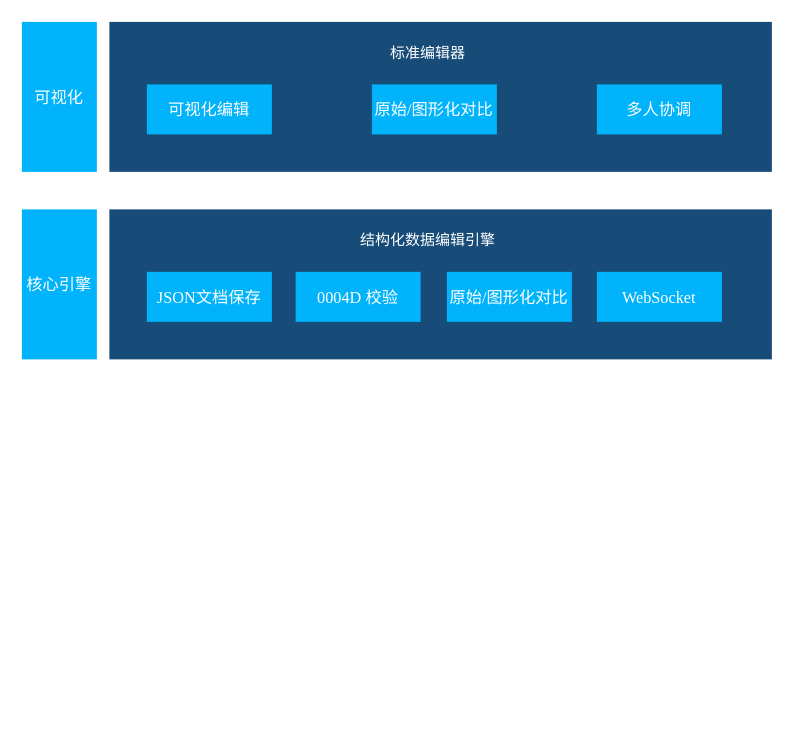
The draw.io diagram 标准化/编辑器技术架构图.drawio in DemonHan/KuickBuy, before the edit. Source tidied: cells renumbered, new cells numbered last; positions are measured from the earlier drawing's top-left corner, leaving out a move shared by most shapes. Both pictures are drawn from the tidied source at 125%, with x=0, y=0 at pixel (21, 21).
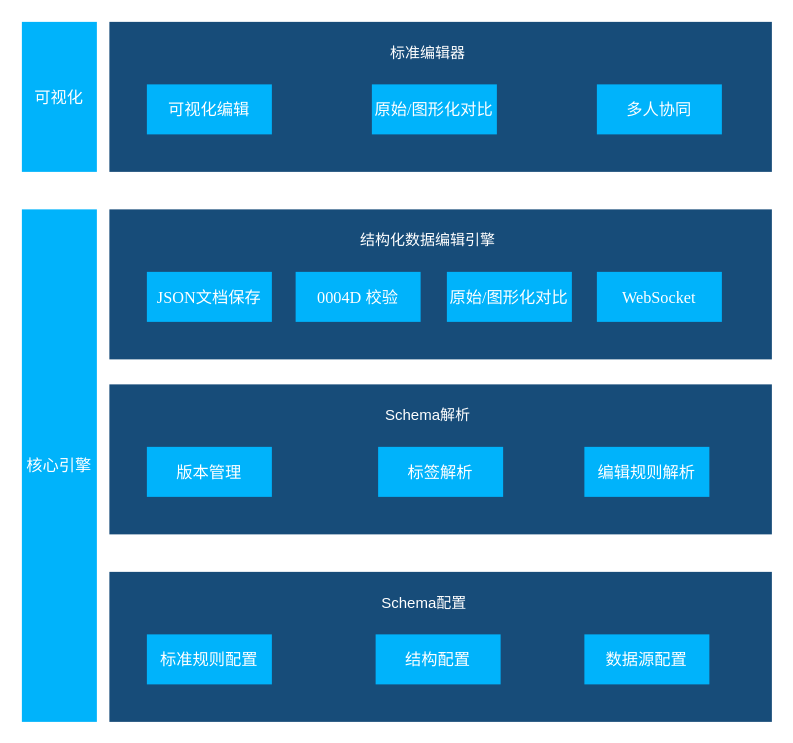
The same page after the edit.

Commit message (it also covers changes not shown here):
更新编辑器技术架构图.drawio

Change to the diagram source:
```diff
@@
-    <mxCell id="7" value="&lt;font color=&quot;#ffffff&quot;&gt;&lt;span style=&quot;font-size: 13px;&quot;&gt;多人协调&lt;/span&gt;&lt;/font&gt;" style="rounded=0;whiteSpace=wrap;html=1;fillColor=light-dark(#00b3fb, #1e4a76);strokeColor=none;fontFamily=Times New Roman;" parent="1" vertex="1">
+    <mxCell id="7" value="&lt;font color=&quot;#ffffff&quot;&gt;&lt;span style=&quot;font-size: 13px;&quot;&gt;多人协同&lt;/span&gt;&lt;/font&gt;" style="rounded=0;whiteSpace=wrap;html=1;fillColor=light-dark(#00b3fb, #1e4a76);strokeColor=none;fontFamily=Times New Roman;" parent="1" vertex="1">
       <mxGeometry x="460" y="50" width="100" height="40" as="geometry" />
     </mxCell>
     <mxCell id="8" value="&lt;font color=&quot;#ffffff&quot;&gt;&lt;span style=&quot;font-size: 13px;&quot;&gt;核心引擎&lt;/span&gt;&lt;/font&gt;" style="rounded=0;whiteSpace=wrap;html=1;fillColor=light-dark(#00b3fb, #1e4a76);strokeColor=none;fontFamily=Times New Roman;" parent="1" vertex="1">
-      <mxGeometry y="150" width="60" height="120" as="geometry" />
+      <mxGeometry y="150" width="60" height="410" as="geometry" />
     </mxCell>
@@
+    <mxCell id="15" style="rounded=0;whiteSpace=wrap;html=1;fillColor=light-dark(#174c79, #6894c8);strokeColor=none;fontFamily=Times New Roman;" parent="1" vertex="1">
+      <mxGeometry x="70" y="290" width="530" height="120" as="geometry" />
+    </mxCell>
+    <mxCell id="16" value="Schema解析" style="text;html=1;align=center;verticalAlign=middle;whiteSpace=wrap;rounded=0;fontColor=light-dark(#ffffff, #ededed);" parent="1" vertex="1">
+      <mxGeometry x="267" y="300" width="116" height="30" as="geometry" />
+    </mxCell>
+    <mxCell id="17" value="&lt;font color=&quot;#ffffff&quot;&gt;&lt;span style=&quot;font-size: 13px;&quot;&gt;版本管理&lt;/span&gt;&lt;/font&gt;" style="rounded=0;whiteSpace=wrap;html=1;fillColor=light-dark(#00b3fb, #1e4a76);strokeColor=none;fontFamily=Times New Roman;" parent="1" vertex="1">
+      <mxGeometry x="100" y="340" width="100" height="40" as="geometry" />
+    </mxCell>
+    <mxCell id="18" value="&lt;font color=&quot;#ffffff&quot;&gt;&lt;span style=&quot;font-size: 13px;&quot;&gt;标签解析&lt;/span&gt;&lt;/font&gt;" style="rounded=0;whiteSpace=wrap;html=1;fillColor=light-dark(#00b3fb, #1e4a76);strokeColor=none;fontFamily=Times New Roman;" parent="1" vertex="1">
+      <mxGeometry x="285" y="340" width="100" height="40" as="geometry" />
+    </mxCell>
+    <mxCell id="19" value="&lt;font color=&quot;#ffffff&quot;&gt;&lt;span style=&quot;font-size: 13px;&quot;&gt;编辑规则解析&lt;/span&gt;&lt;/font&gt;" style="rounded=0;whiteSpace=wrap;html=1;fillColor=light-dark(#00b3fb, #1e4a76);strokeColor=none;fontFamily=Times New Roman;" parent="1" vertex="1">
+      <mxGeometry x="450" y="340" width="100" height="40" as="geometry" />
+    </mxCell>
+    <mxCell id="20" style="rounded=0;whiteSpace=wrap;html=1;fillColor=light-dark(#174c79, #6894c8);strokeColor=none;fontFamily=Times New Roman;" parent="1" vertex="1">
+      <mxGeometry x="70" y="440" width="530" height="120" as="geometry" />
+    </mxCell>
+    <mxCell id="21" value="Schema配置" style="text;html=1;align=center;verticalAlign=middle;whiteSpace=wrap;rounded=0;fontColor=light-dark(#ffffff, #ededed);" parent="1" vertex="1">
+      <mxGeometry x="264" y="450" width="116" height="30" as="geometry" />
+    </mxCell>
+    <mxCell id="22" value="&lt;font color=&quot;#ffffff&quot;&gt;&lt;span style=&quot;font-size: 13px;&quot;&gt;标准规则配置&lt;/span&gt;&lt;/font&gt;" style="rounded=0;whiteSpace=wrap;html=1;fillColor=light-dark(#00b3fb, #1e4a76);strokeColor=none;fontFamily=Times New Roman;" parent="1" vertex="1">
+      <mxGeometry x="100" y="490" width="100" height="40" as="geometry" />
+    </mxCell>
+    <mxCell id="23" value="&lt;font color=&quot;#ffffff&quot;&gt;&lt;span style=&quot;font-size: 13px;&quot;&gt;结构配置&lt;/span&gt;&lt;/font&gt;" style="rounded=0;whiteSpace=wrap;html=1;fillColor=light-dark(#00b3fb, #1e4a76);strokeColor=none;fontFamily=Times New Roman;" parent="1" vertex="1">
+      <mxGeometry x="283" y="490" width="100" height="40" as="geometry" />
+    </mxCell>
+    <mxCell id="24" value="&lt;font color=&quot;#ffffff&quot;&gt;&lt;span style=&quot;font-size: 13px;&quot;&gt;数据源配置&lt;/span&gt;&lt;/font&gt;" style="rounded=0;whiteSpace=wrap;html=1;fillColor=light-dark(#00b3fb, #1e4a76);strokeColor=none;fontFamily=Times New Roman;" parent="1" vertex="1">
+      <mxGeometry x="450" y="490" width="100" height="40" as="geometry" />
+    </mxCell>
```
